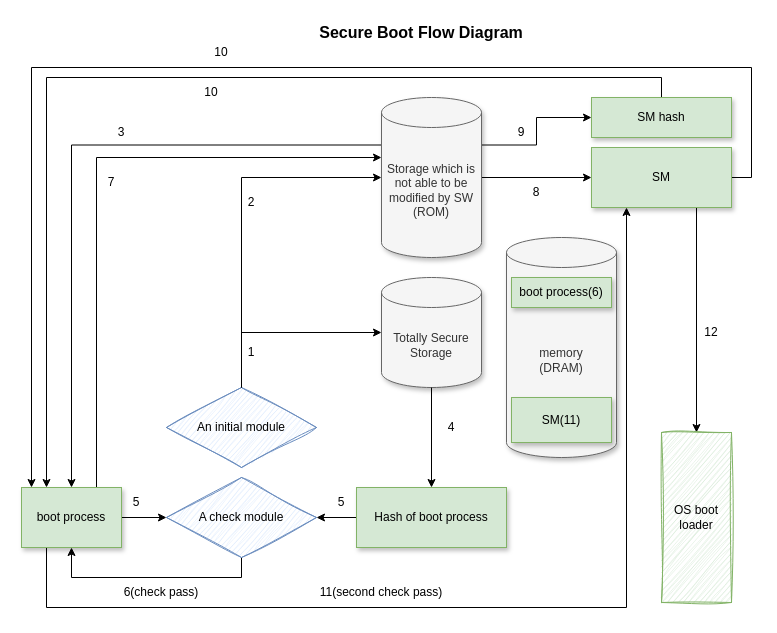
Above: page "Secure_boot" (2 of 6) of saber.drawio in Zou1c/tmp (draw.io), before the change. Source tidied: cells renumbered, new cells numbered last; positions are measured from the earlier drawing's top-left corner, leaving out a move shared by most shapes. Both pictures are drawn from the tidied source at 100%, with x=0, y=0 at pixel (21, 17).
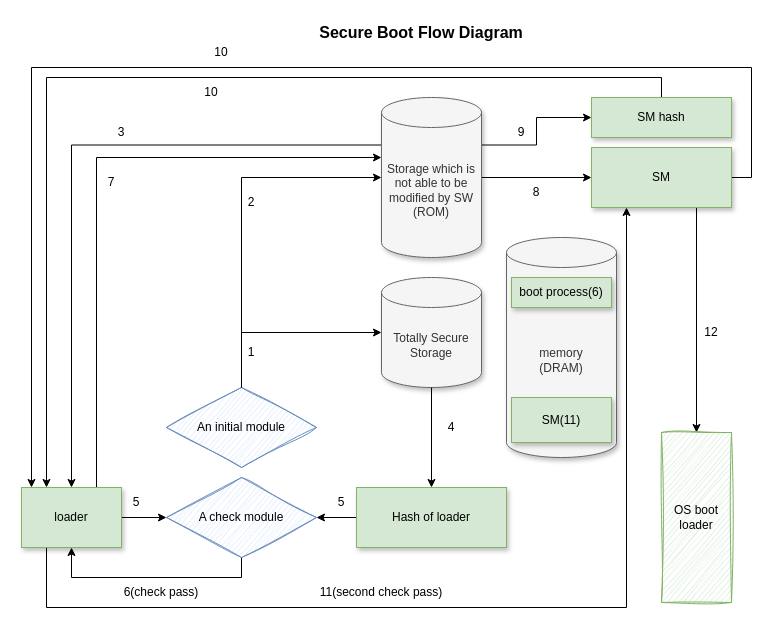
Above is the later version.

Diff of the diagram source:
```diff
@@
-    <mxCell id="9" value="Hash of boot process" style="rounded=0;whiteSpace=wrap;html=1;fillColor=#d5e8d4;strokeColor=#82b366;shadow=1;" parent="1" vertex="1">
+    <mxCell id="9" value="Hash of loader" style="rounded=0;whiteSpace=wrap;html=1;fillColor=#d5e8d4;strokeColor=#82b366;shadow=1;" parent="1" vertex="1">
       <mxGeometry x="335" y="470" width="150" height="60" as="geometry" />
     </mxCell>
@@
-    <mxCell id="13" value="boot process" style="rounded=0;whiteSpace=wrap;html=1;fillColor=#d5e8d4;strokeColor=#82b366;shadow=1;" parent="1" vertex="1">
+    <mxCell id="13" value="loader" style="rounded=0;whiteSpace=wrap;html=1;fillColor=#d5e8d4;strokeColor=#82b366;shadow=1;" parent="1" vertex="1">
       <mxGeometry y="470" width="100" height="60" as="geometry" />
     </mxCell>
```
